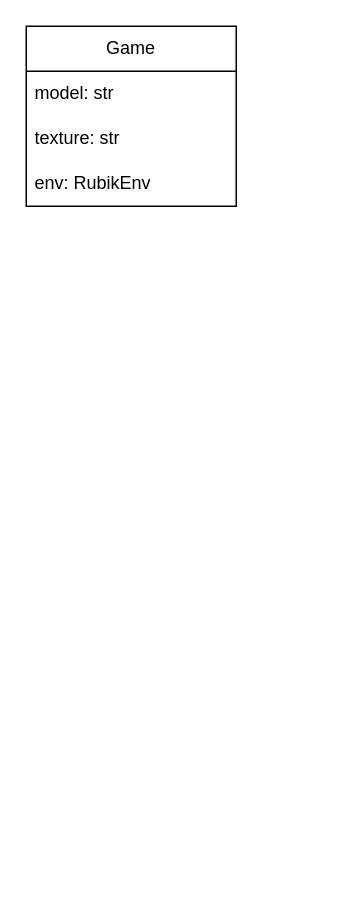
Earlier version of the draw.io diagram Диаграмма без названия.drawio (RomanGorchakov/rubik). Source tidied: cells renumbered, new cells numbered last; positions are measured from the earlier drawing's top-left corner, leaving out a move shared by most shapes. Both pictures are drawn from the tidied source at 150%, with x=0, y=0 at pixel (26, 26).
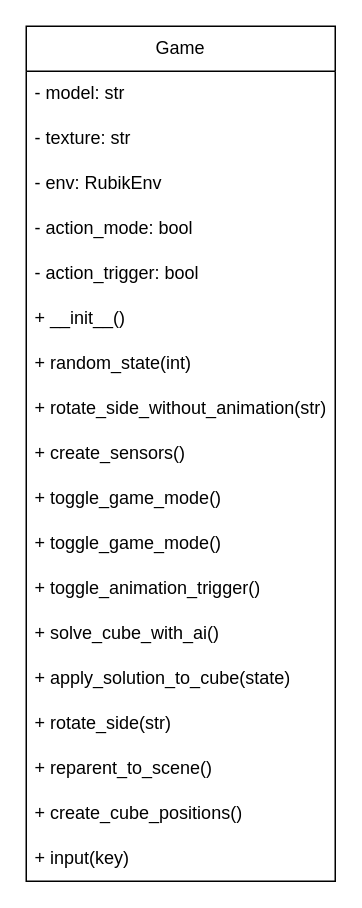
After the change.

The edit, as a diff of the source:
```diff
@@
     <mxCell id="2" value="Game" style="swimlane;fontStyle=0;horizontal=1;startSize=30;whiteSpace=wrap;html=1;" parent="1" vertex="1">
-      <mxGeometry width="140" height="120" as="geometry" />
+      <mxGeometry width="206" height="570" as="geometry" />
     </mxCell>
-    <mxCell id="3" value="model: str" style="text;strokeColor=none;fillColor=none;align=left;verticalAlign=middle;spacingLeft=4;spacingRight=4;overflow=hidden;whiteSpace=wrap;html=1;" parent="2" vertex="1">
-      <mxGeometry y="30" width="140" height="30" as="geometry" />
+    <mxCell id="3" value="- model: str" style="text;strokeColor=none;fillColor=none;align=left;verticalAlign=middle;spacingLeft=4;spacingRight=4;overflow=hidden;whiteSpace=wrap;html=1;" parent="2" vertex="1">
+      <mxGeometry y="30" width="206" height="30" as="geometry" />
     </mxCell>
-    <mxCell id="4" value="texture: str" style="text;strokeColor=none;fillColor=none;align=left;verticalAlign=middle;spacingLeft=4;spacingRight=4;overflow=hidden;whiteSpace=wrap;html=1;" parent="2" vertex="1">
-      <mxGeometry y="60" width="140" height="30" as="geometry" />
+    <mxCell id="4" value="- texture: str" style="text;strokeColor=none;fillColor=none;align=left;verticalAlign=middle;spacingLeft=4;spacingRight=4;overflow=hidden;whiteSpace=wrap;html=1;" parent="2" vertex="1">
+      <mxGeometry y="60" width="206" height="30" as="geometry" />
     </mxCell>
-    <mxCell id="5" value="env: RubikEnv" style="text;strokeColor=none;fillColor=none;align=left;verticalAlign=middle;spacingLeft=4;spacingRight=4;overflow=hidden;whiteSpace=wrap;html=1;" parent="2" vertex="1">
-      <mxGeometry y="90" width="140" height="30" as="geometry" />
+    <mxCell id="5" value="- env: RubikEnv" style="text;strokeColor=none;fillColor=none;align=left;verticalAlign=middle;spacingLeft=4;spacingRight=4;overflow=hidden;whiteSpace=wrap;html=1;" parent="2" vertex="1">
+      <mxGeometry y="90" width="206" height="30" as="geometry" />
     </mxCell>
+    <mxCell id="6" value="- action_mode: bool" style="text;strokeColor=none;fillColor=none;align=left;verticalAlign=middle;spacingLeft=4;spacingRight=4;overflow=hidden;whiteSpace=wrap;html=1;" parent="2" vertex="1">
+      <mxGeometry y="120" width="206" height="30" as="geometry" />
+    </mxCell>
+    <mxCell id="7" value="- action_trigger: bool" style="text;strokeColor=none;fillColor=none;align=left;verticalAlign=middle;spacingLeft=4;spacingRight=4;overflow=hidden;whiteSpace=wrap;html=1;" parent="2" vertex="1">
+      <mxGeometry y="150" width="206" height="30" as="geometry" />
+    </mxCell>
+    <mxCell id="8" value="+ __init__()" style="text;strokeColor=none;fillColor=none;align=left;verticalAlign=middle;spacingLeft=4;spacingRight=4;overflow=hidden;whiteSpace=wrap;html=1;" parent="2" vertex="1">
+      <mxGeometry y="180" width="206" height="30" as="geometry" />
+    </mxCell>
+    <mxCell id="9" value="+ random_state(int)" style="text;strokeColor=none;fillColor=none;align=left;verticalAlign=middle;spacingLeft=4;spacingRight=4;overflow=hidden;whiteSpace=wrap;html=1;" parent="2" vertex="1">
+      <mxGeometry y="210" width="206" height="30" as="geometry" />
+    </mxCell>
+    <mxCell id="10" value="+ rotate_side_without_animation(str)" style="text;strokeColor=none;fillColor=none;align=left;verticalAlign=middle;spacingLeft=4;spacingRight=4;overflow=hidden;whiteSpace=wrap;html=1;" parent="2" vertex="1">
+      <mxGeometry y="240" width="206" height="30" as="geometry" />
+    </mxCell>
+    <mxCell id="11" value="+ create_sensors()" style="text;strokeColor=none;fillColor=none;align=left;verticalAlign=middle;spacingLeft=4;spacingRight=4;overflow=hidden;whiteSpace=wrap;html=1;" parent="2" vertex="1">
+      <mxGeometry y="270" width="206" height="30" as="geometry" />
+    </mxCell>
+    <mxCell id="12" value="+ toggle_game_mode()" style="text;strokeColor=none;fillColor=none;align=left;verticalAlign=middle;spacingLeft=4;spacingRight=4;overflow=hidden;whiteSpace=wrap;html=1;" parent="2" vertex="1">
+      <mxGeometry y="300" width="206" height="30" as="geometry" />
+    </mxCell>
+    <mxCell id="13" value="+ toggle_game_mode()" style="text;strokeColor=none;fillColor=none;align=left;verticalAlign=middle;spacingLeft=4;spacingRight=4;overflow=hidden;whiteSpace=wrap;html=1;" parent="2" vertex="1">
+      <mxGeometry y="330" width="206" height="30" as="geometry" />
+    </mxCell>
+    <mxCell id="14" value="+ toggle_animation_trigger()" style="text;strokeColor=none;fillColor=none;align=left;verticalAlign=middle;spacingLeft=4;spacingRight=4;overflow=hidden;whiteSpace=wrap;html=1;" parent="2" vertex="1">
+      <mxGeometry y="360" width="206" height="30" as="geometry" />
+    </mxCell>
+    <mxCell id="15" value="+ solve_cube_with_ai()" style="text;strokeColor=none;fillColor=none;align=left;verticalAlign=middle;spacingLeft=4;spacingRight=4;overflow=hidden;whiteSpace=wrap;html=1;" parent="2" vertex="1">
+      <mxGeometry y="390" width="206" height="30" as="geometry" />
+    </mxCell>
+    <mxCell id="16" value="+ apply_solution_to_cube(state)" style="text;strokeColor=none;fillColor=none;align=left;verticalAlign=middle;spacingLeft=4;spacingRight=4;overflow=hidden;whiteSpace=wrap;html=1;" parent="2" vertex="1">
+      <mxGeometry y="420" width="206" height="30" as="geometry" />
+    </mxCell>
+    <mxCell id="17" value="+ rotate_side(str)" style="text;strokeColor=none;fillColor=none;align=left;verticalAlign=middle;spacingLeft=4;spacingRight=4;overflow=hidden;whiteSpace=wrap;html=1;" parent="2" vertex="1">
+      <mxGeometry y="450" width="206" height="30" as="geometry" />
+    </mxCell>
+    <mxCell id="18" value="+ reparent_to_scene()" style="text;strokeColor=none;fillColor=none;align=left;verticalAlign=middle;spacingLeft=4;spacingRight=4;overflow=hidden;whiteSpace=wrap;html=1;" parent="2" vertex="1">
+      <mxGeometry y="480" width="206" height="30" as="geometry" />
+    </mxCell>
+    <mxCell id="19" value="+ create_cube_positions()" style="text;strokeColor=none;fillColor=none;align=left;verticalAlign=middle;spacingLeft=4;spacingRight=4;overflow=hidden;whiteSpace=wrap;html=1;" parent="2" vertex="1">
+      <mxGeometry y="510" width="206" height="30" as="geometry" />
+    </mxCell>
+    <mxCell id="20" value="+ input(key)" style="text;strokeColor=none;fillColor=none;align=left;verticalAlign=middle;spacingLeft=4;spacingRight=4;overflow=hidden;whiteSpace=wrap;html=1;" parent="2" vertex="1">
+      <mxGeometry y="540" width="206" height="30" as="geometry" />
+    </mxCell>
```
